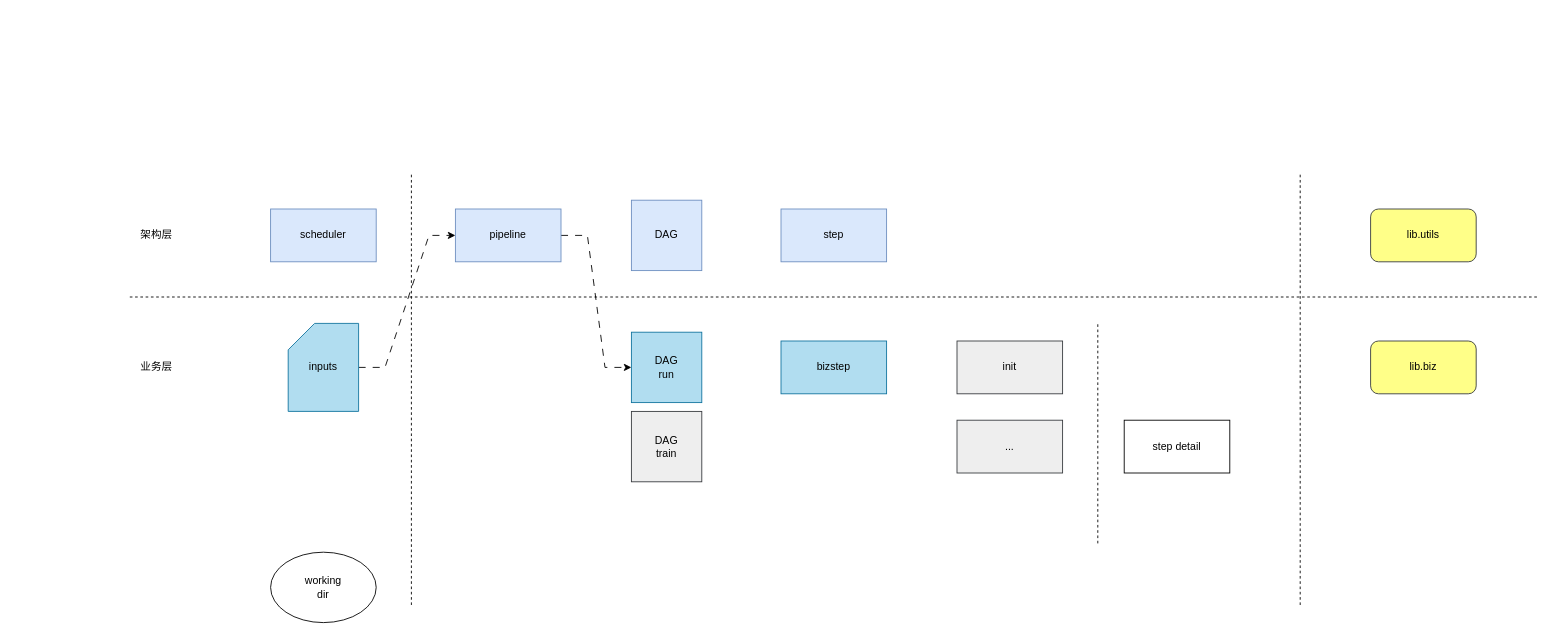
This is page "ppl5" (5 of 5) of tongdengfund/ppl_new.drawio from mistyeye11/drawio, a draw.io file, before an edit. Source tidied: cells renumbered, new cells numbered last; positions are measured from the earlier drawing's top-left corner, leaving out a move shared by most shapes. Both pictures are drawn from the tidied source at 88%, with x=0, y=0 at pixel (129, 173).
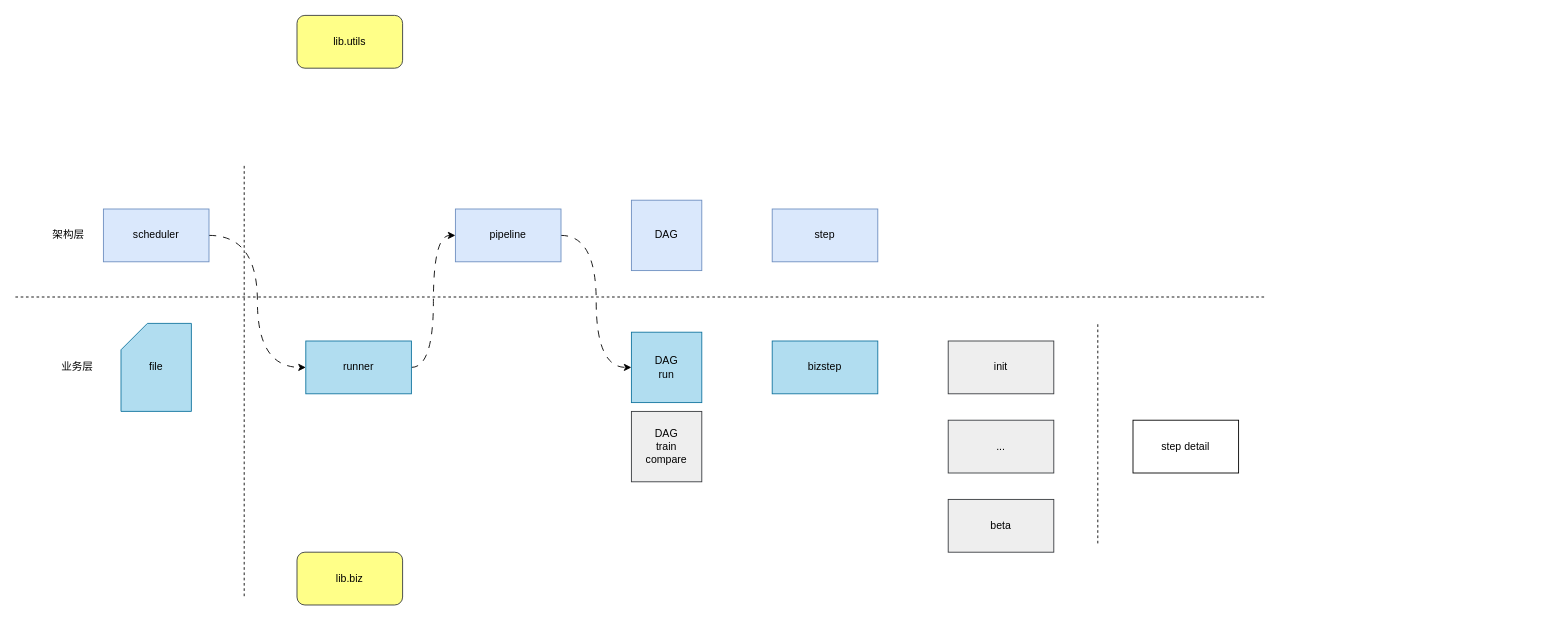
The same diagram, later.

The change refers to these unchanged cells:
```xml
<mxCell id="4" value="pipeline" style="rounded=0;whiteSpace=wrap;html=1;fillColor=#dae8fc;strokeColor=#6c8ebf;" parent="1" vertex="1">
  <mxGeometry x="370" y="40" width="120" height="60" as="geometry" />
</mxCell>
<mxCell id="10" value="DAG&lt;br&gt;run" style="whiteSpace=wrap;html=1;fillColor=#b1ddf0;strokeColor=#10739e;" parent="1" vertex="1">
  <mxGeometry x="570" y="180" width="80" height="80" as="geometry" />
</mxCell>
```

What changed in the source:
```diff
@@
+    <mxCell id="24" style="edgeStyle=orthogonalEdgeStyle;rounded=0;jettySize=auto;html=1;entryX=0;entryY=0.5;entryDx=0;entryDy=0;curved=1;dashed=1;dashPattern=8 8;" parent="1" edge="1" source="2" target="26">
+      <mxGeometry relative="1" as="geometry" />
+    </mxCell>
     <mxCell id="2" value="scheduler" style="rounded=0;whiteSpace=wrap;html=1;fillColor=#dae8fc;strokeColor=#6c8ebf;" parent="1" vertex="1">
-      <mxGeometry x="160" y="40" width="120" height="60" as="geometry" />
+      <mxGeometry x="-30" y="40" width="120" height="60" as="geometry" />
     </mxCell>
-    <mxCell id="3" style="edgeStyle=entityRelationEdgeStyle;rounded=0;jettySize=auto;html=1;dashed=1;dashPattern=8 8;" parent="1" edge="1" source="4" target="10">
+    <mxCell id="3" style="edgeStyle=orthogonalEdgeStyle;rounded=0;jettySize=auto;html=1;exitX=1;exitY=0.5;exitDx=0;exitDy=0;entryX=0;entryY=0.5;entryDx=0;entryDy=0;dashed=1;dashPattern=8 8;curved=1;" parent="1" edge="1" source="4" target="10">
       <mxGeometry relative="1" as="geometry" />
     </mxCell>
@@
     <mxCell id="6" value="step" style="rounded=0;whiteSpace=wrap;html=1;fillColor=#dae8fc;strokeColor=#6c8ebf;" parent="1" vertex="1">
-      <mxGeometry x="740" y="40" width="120" height="60" as="geometry" />
+      <mxGeometry x="730" y="40" width="120" height="60" as="geometry" />
     </mxCell>
     <mxCell id="7" value="bizstep" style="rounded=0;whiteSpace=wrap;html=1;fillColor=#b1ddf0;strokeColor=#10739e;" parent="1" vertex="1">
-      <mxGeometry x="740" y="190" width="120" height="60" as="geometry" />
+      <mxGeometry x="730" y="190" width="120" height="60" as="geometry" />
     </mxCell>
     <mxCell id="8" value="架构层" style="text;html=1;align=center;verticalAlign=middle;strokeColor=none;fillColor=none;" parent="1" vertex="1">
-      <mxGeometry y="55" width="60" height="30" as="geometry" />
+      <mxGeometry x="-100" y="55" width="60" height="30" as="geometry" />
     </mxCell>
     <mxCell id="9" value="业务层" style="text;html=1;align=center;verticalAlign=middle;strokeColor=none;fillColor=none;" parent="1" vertex="1">
-      <mxGeometry y="205" width="60" height="30" as="geometry" />
+      <mxGeometry x="-90" y="205" width="60" height="30" as="geometry" />
     </mxCell>
@@
-    <mxCell id="11" style="edgeStyle=entityRelationEdgeStyle;rounded=0;jettySize=auto;html=1;entryX=0;entryY=0.5;entryDx=0;entryDy=0;dashed=1;dashPattern=8 8;" parent="1" edge="1" source="12" target="4">
-      <mxGeometry relative="1" as="geometry" />
-    </mxCell>
-    <mxCell id="12" value="inputs" style="shape=card;whiteSpace=wrap;html=1;fillColor=#b1ddf0;strokeColor=#10739e;" parent="1" vertex="1">
-      <mxGeometry x="180" y="170" width="80" height="100" as="geometry" />
+    <mxCell id="12" value="file" style="shape=card;whiteSpace=wrap;html=1;fillColor=#b1ddf0;strokeColor=#10739e;" parent="1" vertex="1">
+      <mxGeometry x="-10" y="170" width="80" height="100" as="geometry" />
     </mxCell>
     <mxCell id="13" value="init" style="rounded=0;whiteSpace=wrap;html=1;fillColor=#eeeeee;strokeColor=#36393d;" parent="1" vertex="1">
-      <mxGeometry x="940" y="190" width="120" height="60" as="geometry" />
+      <mxGeometry x="930" y="190" width="120" height="60" as="geometry" />
     </mxCell>
     <mxCell id="14" value="..." style="rounded=0;whiteSpace=wrap;html=1;fillColor=#eeeeee;strokeColor=#36393d;" parent="1" vertex="1">
-      <mxGeometry x="940" y="280" width="120" height="60" as="geometry" />
+      <mxGeometry x="930" y="280" width="120" height="60" as="geometry" />
     </mxCell>
-    <mxCell id="15" value="DAG&lt;br&gt;train" style="whiteSpace=wrap;html=1;fillColor=#eeeeee;strokeColor=#36393d;" parent="1" vertex="1">
+    <mxCell id="15" value="DAG&lt;br&gt;train&lt;br&gt;compare" style="whiteSpace=wrap;html=1;fillColor=#eeeeee;strokeColor=#36393d;" parent="1" vertex="1">
       <mxGeometry x="570" y="270" width="80" height="80" as="geometry" />
     </mxCell>
-    <mxCell id="16" value="working&lt;div&gt;dir&lt;/div&gt;" style="ellipse;whiteSpace=wrap;html=1;" parent="1" vertex="1">
-      <mxGeometry x="160" y="430" width="120" height="80" as="geometry" />
-    </mxCell>
     <mxCell id="17" value="step detail" style="rounded=0;whiteSpace=wrap;html=1;" parent="1" vertex="1">
-      <mxGeometry x="1130" y="280" width="120" height="60" as="geometry" />
+      <mxGeometry x="1140" y="280" width="120" height="60" as="geometry" />
     </mxCell>
     <mxCell id="18" style="endArrow=none;dashed=1;html=1;rounded=0;" parent="1" edge="1">
       <mxGeometry relative="1" as="geometry">
-        <mxPoint y="140" as="sourcePoint" />
-        <mxPoint x="1600" y="140" as="targetPoint" />
+        <mxPoint x="-130" y="140" as="sourcePoint" />
+        <mxPoint x="1290" y="140" as="targetPoint" />
       </mxGeometry>
     </mxCell>
@@
     <mxCell id="20" style="endArrow=none;dashed=1;html=1;rounded=0;" parent="1" edge="1">
       <mxGeometry relative="1" as="geometry">
-        <mxPoint x="320" y="490" as="sourcePoint" />
-        <mxPoint x="320" as="targetPoint" />
+        <mxPoint x="130" y="480" as="sourcePoint" />
+        <mxPoint x="130" y="-10" as="targetPoint" />
       </mxGeometry>
     </mxCell>
     <mxCell id="21" value="lib.utils" style="rounded=1;whiteSpace=wrap;html=1;fillColor=#ffff88;strokeColor=#36393d;" parent="1" vertex="1">
-      <mxGeometry x="1410" y="40" width="120" height="60" as="geometry" />
+      <mxGeometry x="190" y="-180" width="120" height="60" as="geometry" />
     </mxCell>
     <mxCell id="22" value="lib.biz" style="rounded=1;whiteSpace=wrap;html=1;fillColor=#ffff88;strokeColor=#36393d;" parent="1" vertex="1">
-      <mxGeometry x="1410" y="190" width="120" height="60" as="geometry" />
+      <mxGeometry x="190" y="430" width="120" height="60" as="geometry" />
     </mxCell>
-    <mxCell id="23" style="endArrow=none;dashed=1;html=1;rounded=0;" parent="1" edge="1">
-      <mxGeometry relative="1" as="geometry">
-        <mxPoint x="1330" y="490" as="sourcePoint" />
-        <mxPoint x="1330" as="targetPoint" />
-      </mxGeometry>
-    </mxCell>
+    <mxCell id="25" style="edgeStyle=orthogonalEdgeStyle;rounded=0;jettySize=auto;html=1;exitX=1;exitY=0.5;exitDx=0;exitDy=0;entryX=0;entryY=0.5;entryDx=0;entryDy=0;curved=1;dashed=1;dashPattern=8 8;" parent="1" edge="1" source="26" target="4">
+      <mxGeometry relative="1" as="geometry" />
+    </mxCell>
+    <mxCell id="26" value="runner" style="rounded=0;whiteSpace=wrap;html=1;fillColor=#b1ddf0;strokeColor=#10739e;" parent="1" vertex="1">
+      <mxGeometry x="200" y="190" width="120" height="60" as="geometry" />
+    </mxCell>
+    <mxCell id="27" value="beta" style="rounded=0;whiteSpace=wrap;html=1;fillColor=#eeeeee;strokeColor=#36393d;" parent="1" vertex="1">
+      <mxGeometry x="930" y="370" width="120" height="60" as="geometry" />
+    </mxCell>
```
